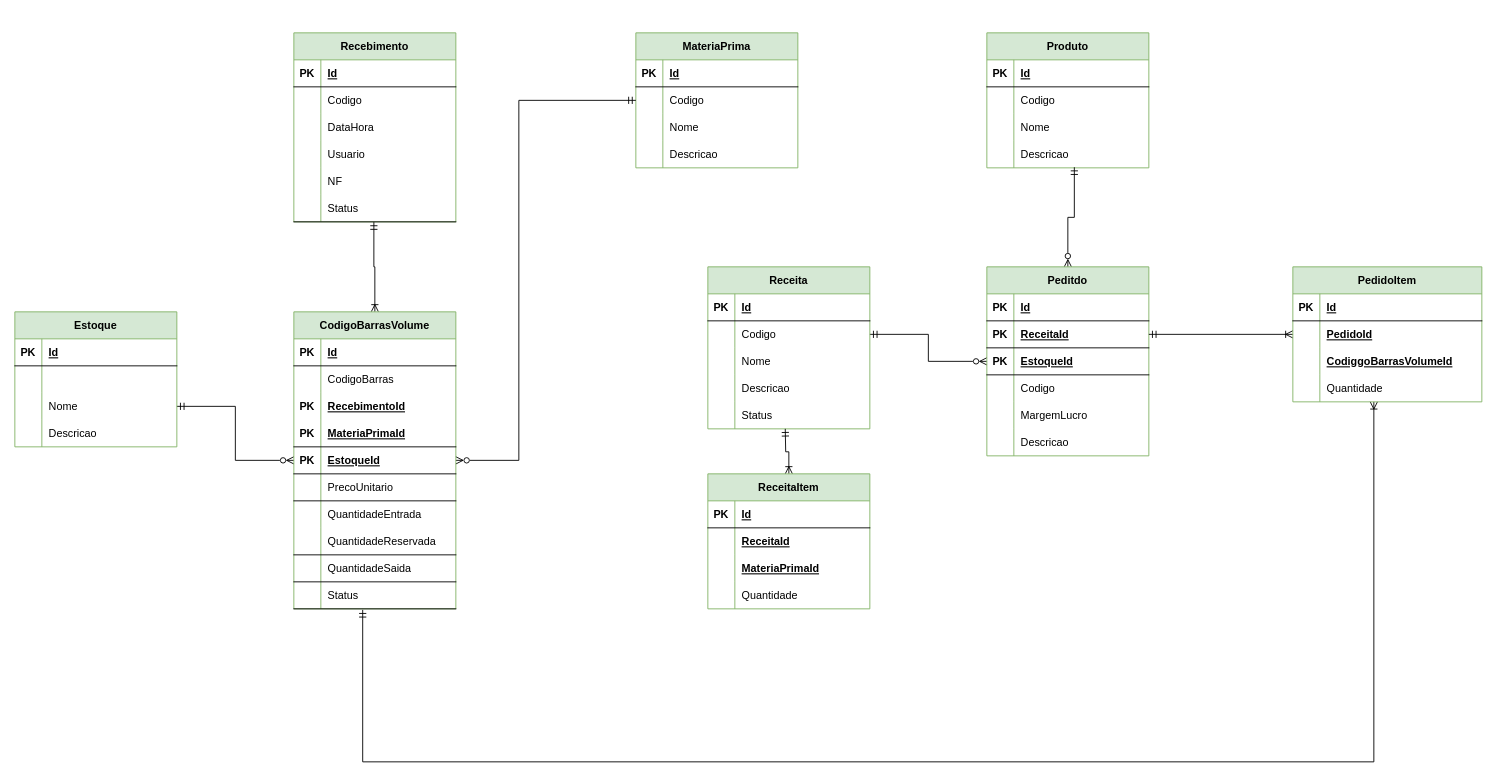
renanosoriorosa/GerenciamentoPedidos keeps this draw.io diagram as page "Página-1" (1 of 3) of Banco/Modelagem Banco GerenciamentoPedidos.drawio. Above is the earlier version. Source tidied: cells renumbered, new cells numbered last; positions are measured from the earlier drawing's top-left corner, leaving out a move shared by most shapes. Both pictures are drawn from the tidied source at 90%, with x=0, y=0 at pixel (14, 32).
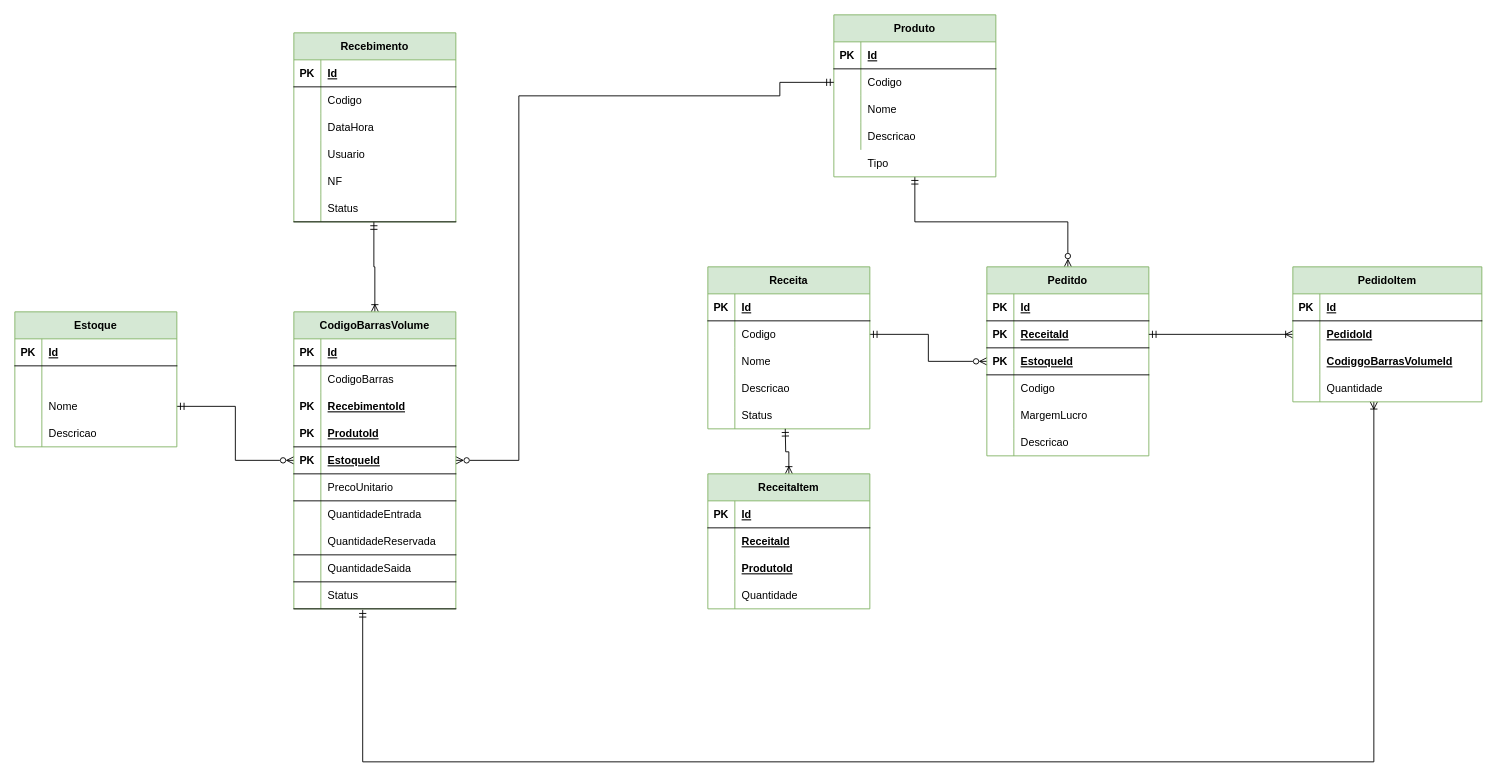
After the change.

Commit message (it also covers changes not shown here):
Ajuste Modelagem e criado arquitetura do sistema

Unchanged cells that the change refers to:
```xml
<mxCell id="6" style="shape=tableRow;horizontal=0;startSize=0;swimlaneHead=0;swimlaneBody=0;fillColor=none;points=[[0,0.5],[1,0.5]];portConstraint=eastwest;top=0;left=0;right=0;bottom=0;" parent="2" vertex="1">
  <mxGeometry y="60" width="180" height="30" as="geometry" />
</mxCell>
<mxCell id="30" value="Peditdo" style="shape=table;startSize=30;childLayout=tableLayout;rowLines=0;fontStyle=1;align=center;fillColor=#d5e8d4;strokeColor=#82b366;" parent="1" vertex="1">
  <mxGeometry x="1080" y="260" width="180" height="210" as="geometry" />
</mxCell>
<mxCell id="102" value="CodigoBarrasVolume" style="shape=table;startSize=30;childLayout=tableLayout;rowLines=0;fontStyle=1;align=center;fillColor=#d5e8d4;strokeColor=#82b366;" parent="1" vertex="1">
  <mxGeometry x="310" y="310" width="180" height="330" as="geometry" />
</mxCell>
<mxCell id="112" style="shape=tableRow;horizontal=0;startSize=0;swimlaneHead=0;swimlaneBody=0;fillColor=none;top=0;left=0;right=0;bottom=1;" parent="102" vertex="1">
  <mxGeometry y="120" width="180" height="30" as="geometry" />
</mxCell>
<mxCell id="154" style="shape=tableRow;horizontal=0;startSize=0;swimlaneHead=0;swimlaneBody=0;fillColor=none;top=0;left=0;right=0;bottom=0;" parent="147" vertex="1">
  <mxGeometry y="90" width="180" height="30" as="geometry" />
</mxCell>
```

What changed in the source:
```diff
@@
+    <mxCell id="160" style="edgeStyle=orthogonalEdgeStyle;rounded=0;jettySize=auto;html=1;entryX=0.5;entryY=0;entryDx=0;entryDy=0;startArrow=ERmandOne;startFill=0;endArrow=ERzeroToMany;endFill=0;" parent="1" edge="1" source="2" target="30">
+      <mxGeometry relative="1" as="geometry" />
+    </mxCell>
-    <mxCell id="2" value="MateriaPrima" style="shape=table;startSize=30;childLayout=tableLayout;rowLines=0;fontStyle=1;align=center;fillColor=#d5e8d4;strokeColor=#82b366;" parent="1" vertex="1">
-      <mxGeometry x="690" width="180" height="150" as="geometry" />
+    <mxCell id="2" value="Produto" style="shape=table;startSize=30;childLayout=tableLayout;rowLines=0;fontStyle=1;align=center;fillColor=#d5e8d4;strokeColor=#82b366;" parent="1" vertex="1">
+      <mxGeometry x="910" y="-20" width="180" height="180" as="geometry" />
     </mxCell>
@@
-    <mxCell id="15" value="Produto" style="shape=table;startSize=30;childLayout=tableLayout;rowLines=0;fontStyle=1;align=center;fillColor=#d5e8d4;strokeColor=#82b366;" parent="1" vertex="1">
-      <mxGeometry x="1080" width="180" height="150" as="geometry" />
-    </mxCell>
-    <mxCell id="16" style="shape=tableRow;horizontal=0;startSize=0;swimlaneHead=0;swimlaneBody=0;fillColor=none;top=0;left=0;right=0;bottom=1;" parent="15" vertex="1">
-      <mxGeometry y="30" width="180" height="30" as="geometry" />
-    </mxCell>
-    <mxCell id="17" value="PK" style="shape=partialRectangle;fillColor=none;top=0;left=0;bottom=0;right=0;fontStyle=1;overflow=hidden;" parent="16" vertex="1">
-      <mxGeometry width="30" height="30" as="geometry" />
-    </mxCell>
-    <mxCell id="18" value="Id" style="shape=partialRectangle;fillColor=none;top=0;left=0;bottom=0;right=0;align=left;spacingLeft=6;fontStyle=5;overflow=hidden;" parent="16" vertex="1">
-      <mxGeometry x="30" width="150" height="30" as="geometry" />
-    </mxCell>
-    <mxCell id="19" style="shape=tableRow;horizontal=0;startSize=0;swimlaneHead=0;swimlaneBody=0;fillColor=none;top=0;left=0;right=0;bottom=0;" parent="15" vertex="1">
-      <mxGeometry y="60" width="180" height="30" as="geometry" />
-    </mxCell>
-    <mxCell id="20" style="shape=partialRectangle;fillColor=none;top=0;left=0;bottom=0;right=0;overflow=hidden;" parent="19" vertex="1">
-      <mxGeometry width="30" height="30" as="geometry" />
-    </mxCell>
-    <mxCell id="21" value="Codigo" style="shape=partialRectangle;fillColor=none;top=0;left=0;bottom=0;right=0;align=left;spacingLeft=6;overflow=hidden;" parent="19" vertex="1">
-      <mxGeometry x="30" width="150" height="30" as="geometry" />
-    </mxCell>
-    <mxCell id="22" style="shape=tableRow;horizontal=0;startSize=0;swimlaneHead=0;swimlaneBody=0;fillColor=none;top=0;left=0;right=0;bottom=0;" parent="15" vertex="1">
-      <mxGeometry y="90" width="180" height="30" as="geometry" />
-    </mxCell>
-    <mxCell id="23" style="shape=partialRectangle;fillColor=none;top=0;left=0;bottom=0;right=0;overflow=hidden;" parent="22" vertex="1">
-      <mxGeometry width="30" height="30" as="geometry" />
-    </mxCell>
-    <mxCell id="24" value="Nome" style="shape=partialRectangle;fillColor=none;top=0;left=0;bottom=0;right=0;align=left;spacingLeft=6;overflow=hidden;" parent="22" vertex="1">
-      <mxGeometry x="30" width="150" height="30" as="geometry" />
-    </mxCell>
-    <mxCell id="25" style="shape=tableRow;horizontal=0;startSize=0;swimlaneHead=0;swimlaneBody=0;fillColor=none;points=[[0,0.5],[1,0.5]];portConstraint=eastwest;top=0;left=0;right=0;bottom=0;" parent="15" vertex="1">
-      <mxGeometry y="120" width="180" height="30" as="geometry" />
-    </mxCell>
-    <mxCell id="26" style="shape=partialRectangle;fillColor=none;top=0;left=0;bottom=0;right=0;overflow=hidden;" parent="25" vertex="1">
-      <mxGeometry width="30" height="30" as="geometry" />
-    </mxCell>
-    <mxCell id="27" value="Descricao" style="shape=partialRectangle;fillColor=none;top=0;left=0;bottom=0;right=0;align=left;spacingLeft=6;overflow=hidden;" parent="25" vertex="1">
-      <mxGeometry x="30" width="150" height="30" as="geometry" />
-    </mxCell>
-    <mxCell id="28" style="edgeStyle=orthogonalEdgeStyle;rounded=0;jettySize=auto;html=1;entryX=0.54;entryY=0.978;entryDx=0;entryDy=0;entryPerimeter=0;endArrow=ERmandOne;endFill=0;startArrow=ERzeroToMany;startFill=0;" parent="1" edge="1" source="30" target="25">
-      <mxGeometry relative="1" as="geometry" />
-    </mxCell>
@@
     <mxCell id="100" style="edgeStyle=orthogonalEdgeStyle;rounded=0;jettySize=auto;html=1;entryX=0;entryY=0.5;entryDx=0;entryDy=0;startArrow=ERzeroToMany;startFill=0;endArrow=ERmandOne;endFill=0;" parent="1" edge="1" source="102" target="6">
       <mxGeometry relative="1" as="geometry">
         <Array as="points">
           <mxPoint x="560" y="475" />
-          <mxPoint x="560" y="75" />
+          <mxPoint x="560" y="70" />
+          <mxPoint x="850" y="70" />
+          <mxPoint x="850" y="55" />
         </Array>
       </mxGeometry>
     </mxCell>
@@
-    <mxCell id="114" value="MateriaPrimaId" style="shape=partialRectangle;fillColor=none;top=0;left=0;bottom=0;right=0;align=left;spacingLeft=6;fontStyle=5;overflow=hidden;" parent="112" vertex="1">
+    <mxCell id="114" value="ProdutoId" style="shape=partialRectangle;fillColor=none;top=0;left=0;bottom=0;right=0;align=left;spacingLeft=6;fontStyle=5;overflow=hidden;" parent="112" vertex="1">
       <mxGeometry x="30" width="150" height="30" as="geometry" />
     </mxCell>
@@
-    <mxCell id="156" value="MateriaPrimaId" style="shape=partialRectangle;fillColor=none;top=0;left=0;bottom=0;right=0;align=left;spacingLeft=6;overflow=hidden;fontStyle=5;" parent="154" vertex="1">
+    <mxCell id="156" value="ProdutoId" style="shape=partialRectangle;fillColor=none;top=0;left=0;bottom=0;right=0;align=left;spacingLeft=6;overflow=hidden;fontStyle=5;" parent="154" vertex="1">
       <mxGeometry x="30" width="150" height="30" as="geometry" />
     </mxCell>
@@
+    <mxCell id="161" style="shape=tableRow;horizontal=0;startSize=0;swimlaneHead=0;swimlaneBody=0;top=0;left=0;bottom=0;right=0;fillColor=none;strokeColor=inherit;fontSize=16;" parent="1" vertex="1">
+      <mxGeometry x="930" y="110" width="180" height="30" as="geometry" />
+    </mxCell>
+    <mxCell id="162" value="Tipo" style="shape=partialRectangle;fillColor=none;top=0;left=0;bottom=0;right=0;align=left;spacingLeft=6;overflow=hidden;" parent="1" vertex="1">
+      <mxGeometry x="940" y="130" width="150" height="30" as="geometry" />
+    </mxCell>
```
